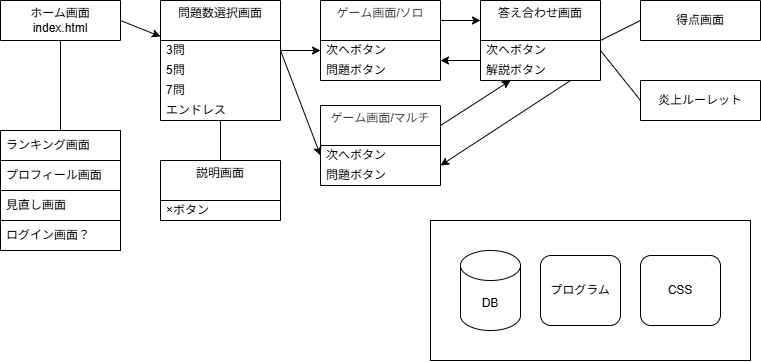
The draw.io diagram FakeNewsGame/diagram.drawio.png in Mii226-bit/FakeNewsGame, before a commit. Source tidied: cells renumbered, new cells last; positions are measured from the earlier drawing's top-left corner, leaving out a move shared by most shapes. The source it was exported from:
```xml
<mxGraphModel>
  <root>
    <mxCell id="0" />
    <mxCell id="1" parent="0" />
    <mxCell id="2" style="edgeStyle=none;html=1;exitX=1;exitY=0.5;exitDx=0;exitDy=0;fontFamily=Helvetica;fontSize=12;fontColor=default;" parent="1" edge="1" source="3" target="4">
      <mxGeometry relative="1" as="geometry" />
    </mxCell>
    <mxCell id="3" value="ホーム画面&lt;div&gt;index.html&lt;/div&gt;" style="swimlane;fontStyle=0;horizontal=1;startSize=40;whiteSpace=wrap;html=1;" parent="1" vertex="1" collapsed="1">
      <mxGeometry width="120" height="40" as="geometry" />
    </mxCell>
    <mxCell id="4" value="問題数選択画面&lt;div style=&quot;color: rgb(63, 63, 63); scrollbar-color: rgb(226, 226, 226) rgb(251, 251, 251);&quot;&gt;&lt;br style=&quot;color: rgb(63, 63, 63); scrollbar-color: rgb(226, 226, 226) rgb(251, 251, 251);&quot;&gt;&lt;/div&gt;" style="swimlane;fontStyle=0;horizontal=1;startSize=40;whiteSpace=wrap;html=1;" parent="1" vertex="1">
      <mxGeometry x="160" width="120" height="120" as="geometry" />
    </mxCell>
    <mxCell id="5" value="3問" style="text;strokeColor=none;fillColor=none;align=left;verticalAlign=middle;spacingLeft=4;spacingRight=4;overflow=hidden;points=[[0,0.5],[1,0.5]];portConstraint=eastwest;whiteSpace=wrap;html=1;" parent="4" vertex="1">
      <mxGeometry y="40" width="120" height="20" as="geometry" />
    </mxCell>
    <mxCell id="6" value="5問" style="text;strokeColor=none;fillColor=none;align=left;verticalAlign=middle;spacingLeft=4;spacingRight=4;overflow=hidden;whiteSpace=wrap;html=1;" parent="4" vertex="1">
      <mxGeometry y="60" width="120" height="20" as="geometry" />
    </mxCell>
    <mxCell id="7" value="7問" style="text;strokeColor=none;fillColor=none;align=left;verticalAlign=middle;spacingLeft=4;spacingRight=4;overflow=hidden;whiteSpace=wrap;html=1;" parent="4" vertex="1">
      <mxGeometry y="80" width="120" height="20" as="geometry" />
    </mxCell>
    <mxCell id="8" value="エンドレス" style="text;strokeColor=none;fillColor=none;align=left;verticalAlign=middle;spacingLeft=4;spacingRight=4;overflow=hidden;whiteSpace=wrap;html=1;" parent="4" vertex="1">
      <mxGeometry y="100" width="120" height="20" as="geometry" />
    </mxCell>
    <mxCell id="9" value="説明画面&lt;div style=&quot;color: rgb(63, 63, 63); scrollbar-color: rgb(226, 226, 226) rgb(251, 251, 251);&quot;&gt;&lt;br style=&quot;color: rgb(63, 63, 63); scrollbar-color: rgb(226, 226, 226) rgb(251, 251, 251);&quot;&gt;&lt;/div&gt;" style="swimlane;fontStyle=0;horizontal=1;startSize=40;whiteSpace=wrap;html=1;" parent="1" vertex="1">
      <mxGeometry x="160" y="160" width="120" height="60" as="geometry" />
    </mxCell>
    <mxCell id="10" value="×ボタン" style="text;strokeColor=none;fillColor=none;align=left;verticalAlign=middle;spacingLeft=4;spacingRight=4;overflow=hidden;whiteSpace=wrap;html=1;" parent="9" vertex="1">
      <mxGeometry y="40" width="120" height="20" as="geometry" />
    </mxCell>
    <mxCell id="11" style="edgeStyle=none;html=1;exitX=0.75;exitY=1;exitDx=0;exitDy=0;entryX=1;entryY=0.75;entryDx=0;entryDy=0;fontFamily=Helvetica;fontSize=12;fontColor=default;" parent="1" edge="1" source="12" target="35">
      <mxGeometry relative="1" as="geometry" />
    </mxCell>
    <mxCell id="12" value="&lt;span style=&quot;color: rgb(0, 0, 0);&quot;&gt;答え合わせ画面&lt;/span&gt;&lt;div&gt;&lt;span style=&quot;color: rgb(0, 0, 0);&quot;&gt;&lt;br&gt;&lt;/span&gt;&lt;/div&gt;" style="swimlane;fontStyle=0;horizontal=1;startSize=40;whiteSpace=wrap;html=1;" parent="1" vertex="1">
      <mxGeometry x="480" width="120" height="80" as="geometry" />
    </mxCell>
    <mxCell id="13" value="次へボタン" style="text;strokeColor=none;fillColor=none;align=left;verticalAlign=middle;spacingLeft=4;spacingRight=4;overflow=hidden;points=[[0,0.5],[1,0.5]];portConstraint=eastwest;whiteSpace=wrap;html=1;" parent="12" vertex="1">
      <mxGeometry y="40" width="120" height="20" as="geometry" />
    </mxCell>
    <mxCell id="14" value="解説ボタン" style="text;strokeColor=none;fillColor=none;align=left;verticalAlign=middle;spacingLeft=4;spacingRight=4;overflow=hidden;whiteSpace=wrap;html=1;" parent="12" vertex="1">
      <mxGeometry y="60" width="120" height="20" as="geometry" />
    </mxCell>
    <mxCell id="15" value="&lt;div style=&quot;color: rgb(63, 63, 63); scrollbar-color: rgb(226, 226, 226) rgb(251, 251, 251);&quot;&gt;ゲーム画面/ソロ&lt;div style=&quot;color: rgb(63, 63, 63); scrollbar-color: rgb(226, 226, 226) rgb(251, 251, 251);&quot;&gt;&lt;br style=&quot;color: rgb(63, 63, 63); scrollbar-color: rgb(226, 226, 226) rgb(251, 251, 251);&quot;&gt;&lt;/div&gt;&lt;/div&gt;" style="swimlane;fontStyle=0;horizontal=1;startSize=40;whiteSpace=wrap;html=1;" parent="1" vertex="1">
      <mxGeometry x="320" width="120" height="80" as="geometry" />
    </mxCell>
    <mxCell id="16" value="次へボタン" style="text;strokeColor=none;fillColor=none;align=left;verticalAlign=middle;spacingLeft=4;spacingRight=4;overflow=hidden;points=[[0,0.5],[1,0.5]];portConstraint=eastwest;whiteSpace=wrap;html=1;" parent="15" vertex="1">
      <mxGeometry y="40" width="120" height="20" as="geometry" />
    </mxCell>
    <mxCell id="17" value="問題ボタン" style="text;strokeColor=none;fillColor=none;align=left;verticalAlign=middle;spacingLeft=4;spacingRight=4;overflow=hidden;whiteSpace=wrap;html=1;" parent="15" vertex="1">
      <mxGeometry y="60" width="120" height="20" as="geometry" />
    </mxCell>
    <mxCell id="18" style="edgeStyle=none;html=1;exitX=1;exitY=0.5;exitDx=0;exitDy=0;fontFamily=Helvetica;fontSize=12;fontColor=default;entryX=0;entryY=0.5;entryDx=0;entryDy=0;" parent="1" edge="1" source="5" target="16">
      <mxGeometry relative="1" as="geometry" />
    </mxCell>
    <mxCell id="19" style="edgeStyle=none;html=1;exitX=1;exitY=0.25;exitDx=0;exitDy=0;entryX=0;entryY=0.25;entryDx=0;entryDy=0;fontFamily=Helvetica;fontSize=12;fontColor=default;" parent="1" edge="1" source="15" target="12">
      <mxGeometry relative="1" as="geometry" />
    </mxCell>
    <mxCell id="20" style="edgeStyle=none;html=1;fontFamily=Helvetica;fontSize=12;fontColor=default;entryX=1;entryY=0.75;entryDx=0;entryDy=0;exitX=0;exitY=0.75;exitDx=0;exitDy=0;" parent="1" edge="1" source="12" target="15">
      <mxGeometry relative="1" as="geometry" />
    </mxCell>
    <mxCell id="21" style="endArrow=none;html=1;fontFamily=Helvetica;fontSize=12;fontColor=default;entryX=0.5;entryY=1;entryDx=0;entryDy=0;exitX=0.5;exitY=0;exitDx=0;exitDy=0;" parent="1" edge="1" source="9" target="4">
      <mxGeometry relative="1" as="geometry" />
    </mxCell>
    <mxCell id="22" value="&lt;span style=&quot;color: rgb(0, 0, 0);&quot;&gt;炎上ルーレット&lt;/span&gt;" style="swimlane;fontStyle=0;horizontal=1;startSize=40;whiteSpace=wrap;html=1;direction=east;" parent="1" vertex="1">
      <mxGeometry x="640" y="80" width="120" height="40" as="geometry" />
    </mxCell>
    <mxCell id="23" value="得点画面" style="swimlane;fontStyle=0;horizontal=1;startSize=40;whiteSpace=wrap;html=1;" parent="1" vertex="1" collapsed="1">
      <mxGeometry x="640" width="120" height="40" as="geometry" />
    </mxCell>
    <mxCell id="24" style="endArrow=none;html=1;fontFamily=Helvetica;fontSize=12;fontColor=default;entryX=0;entryY=0.5;entryDx=0;entryDy=0;exitX=1;exitY=0.5;exitDx=0;exitDy=0;" parent="1" edge="1" source="12" target="23">
      <mxGeometry relative="1" as="geometry" />
    </mxCell>
    <mxCell id="25" style="endArrow=none;html=1;fontFamily=Helvetica;fontSize=12;fontColor=default;entryX=0;entryY=0.5;entryDx=0;entryDy=0;exitX=1;exitY=0.5;exitDx=0;exitDy=0;" parent="1" edge="1" source="13" target="22">
      <mxGeometry relative="1" as="geometry" />
    </mxCell>
    <mxCell id="26" value="プログラム" style="rounded=1;whiteSpace=wrap;html=1;align=center;verticalAlign=middle;spacingLeft=4;spacingRight=4;fontFamily=Helvetica;fontSize=12;fontColor=default;fillColor=none;gradientColor=none;" parent="1" vertex="1">
      <mxGeometry x="540" y="255" width="80" height="70" as="geometry" />
    </mxCell>
    <mxCell id="27" value="DB" style="shape=cylinder3;whiteSpace=wrap;html=1;boundedLbl=1;backgroundOutline=1;size=15;align=center;verticalAlign=middle;spacingLeft=4;spacingRight=4;fontFamily=Helvetica;fontSize=12;fontColor=default;fillColor=none;gradientColor=none;" parent="1" vertex="1">
      <mxGeometry x="460" y="250" width="60" height="80" as="geometry" />
    </mxCell>
    <mxCell id="28" value="CSS" style="rounded=1;whiteSpace=wrap;html=1;align=center;verticalAlign=middle;spacingLeft=4;spacingRight=4;fontFamily=Helvetica;fontSize=12;fontColor=default;fillColor=none;gradientColor=none;" parent="1" vertex="1">
      <mxGeometry x="640" y="255" width="80" height="70" as="geometry" />
    </mxCell>
    <mxCell id="29" style="rounded=0;whiteSpace=wrap;html=1;align=left;verticalAlign=middle;spacingLeft=4;spacingRight=4;fontFamily=Helvetica;fontSize=12;fontColor=default;fillColor=none;gradientColor=none;" parent="1" vertex="1">
      <mxGeometry x="430" y="220" width="320" height="140" as="geometry" />
    </mxCell>
    <mxCell id="30" value="ランキング画面" style="rounded=0;whiteSpace=wrap;html=1;align=left;verticalAlign=middle;spacingLeft=4;spacingRight=4;fontFamily=Helvetica;fontSize=12;fontColor=default;fillColor=none;gradientColor=none;" parent="1" vertex="1">
      <mxGeometry y="130" width="120" height="30" as="geometry" />
    </mxCell>
    <mxCell id="31" value="プロフィール画面" style="rounded=0;whiteSpace=wrap;html=1;align=left;verticalAlign=middle;spacingLeft=4;spacingRight=4;fontFamily=Helvetica;fontSize=12;fontColor=default;fillColor=none;gradientColor=none;" parent="1" vertex="1">
      <mxGeometry y="160" width="120" height="30" as="geometry" />
    </mxCell>
    <mxCell id="32" value="見直し画面" style="rounded=0;whiteSpace=wrap;html=1;align=left;verticalAlign=middle;spacingLeft=4;spacingRight=4;fontFamily=Helvetica;fontSize=12;fontColor=default;fillColor=none;gradientColor=none;" parent="1" vertex="1">
      <mxGeometry y="190" width="120" height="30" as="geometry" />
    </mxCell>
    <mxCell id="33" value="ログイン画面？" style="rounded=0;whiteSpace=wrap;html=1;align=left;verticalAlign=middle;spacingLeft=4;spacingRight=4;fontFamily=Helvetica;fontSize=12;fontColor=default;fillColor=none;gradientColor=none;" parent="1" vertex="1">
      <mxGeometry y="220" width="120" height="30" as="geometry" />
    </mxCell>
    <mxCell id="34" style="edgeStyle=none;html=1;exitX=1;exitY=0.25;exitDx=0;exitDy=0;entryX=0.25;entryY=1;entryDx=0;entryDy=0;fontFamily=Helvetica;fontSize=12;fontColor=default;" parent="1" edge="1" source="35" target="12">
      <mxGeometry relative="1" as="geometry" />
    </mxCell>
    <mxCell id="35" value="&lt;div style=&quot;color: rgb(63, 63, 63); scrollbar-color: rgb(226, 226, 226) rgb(251, 251, 251);&quot;&gt;ゲーム画面/マルチ&lt;div style=&quot;color: rgb(63, 63, 63); scrollbar-color: rgb(226, 226, 226) rgb(251, 251, 251);&quot;&gt;&lt;br style=&quot;color: rgb(63, 63, 63); scrollbar-color: rgb(226, 226, 226) rgb(251, 251, 251);&quot;&gt;&lt;/div&gt;&lt;/div&gt;" style="swimlane;fontStyle=0;horizontal=1;startSize=40;whiteSpace=wrap;html=1;" parent="1" vertex="1">
      <mxGeometry x="320" y="105" width="120" height="80" as="geometry" />
    </mxCell>
    <mxCell id="36" value="次へボタン" style="text;strokeColor=none;fillColor=none;align=left;verticalAlign=middle;spacingLeft=4;spacingRight=4;overflow=hidden;points=[[0,0.5],[1,0.5]];portConstraint=eastwest;whiteSpace=wrap;html=1;" parent="35" vertex="1">
      <mxGeometry y="40" width="120" height="20" as="geometry" />
    </mxCell>
    <mxCell id="37" value="問題ボタン" style="text;strokeColor=none;fillColor=none;align=left;verticalAlign=middle;spacingLeft=4;spacingRight=4;overflow=hidden;whiteSpace=wrap;html=1;" parent="35" vertex="1">
      <mxGeometry y="60" width="120" height="20" as="geometry" />
    </mxCell>
    <mxCell id="38" style="edgeStyle=none;html=1;exitX=1;exitY=0.5;exitDx=0;exitDy=0;entryX=0;entryY=0.5;entryDx=0;entryDy=0;fontFamily=Helvetica;fontSize=12;fontColor=default;" parent="1" edge="1" source="5" target="36">
      <mxGeometry relative="1" as="geometry" />
    </mxCell>
    <mxCell id="39" style="endArrow=none;html=1;fontFamily=Helvetica;fontSize=12;fontColor=default;entryX=0.5;entryY=1;entryDx=0;entryDy=0;exitX=0.5;exitY=0;exitDx=0;exitDy=0;" parent="1" edge="1" source="30" target="3">
      <mxGeometry relative="1" as="geometry" />
    </mxCell>
  </root>
</mxGraphModel>
```
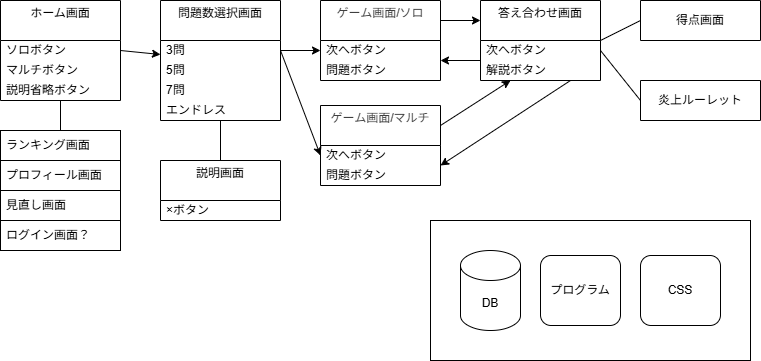
Above is the later version.

Change to the diagram source:
```diff
@@ -5,9 +5,18 @@
     <mxCell id="2" style="edgeStyle=none;html=1;exitX=1;exitY=0.5;exitDx=0;exitDy=0;fontFamily=Helvetica;fontSize=12;fontColor=default;" parent="1" edge="1" source="3" target="4">
       <mxGeometry relative="1" as="geometry" />
     </mxCell>
-    <mxCell id="3" value="ホーム画面&lt;div&gt;index.html&lt;/div&gt;" style="swimlane;fontStyle=0;horizontal=1;startSize=40;whiteSpace=wrap;html=1;" parent="1" vertex="1" collapsed="1">
-      <mxGeometry width="120" height="40" as="geometry" />
+    <mxCell id="3" value="ホーム画面&lt;div&gt;&lt;br&gt;&lt;/div&gt;" style="swimlane;fontStyle=0;horizontal=1;startSize=40;whiteSpace=wrap;html=1;" parent="1" vertex="1">
+      <mxGeometry width="120" height="100" as="geometry" />
     </mxCell>
+    <mxCell id="40" value="&lt;div&gt;&lt;span style=&quot;color: rgb(0, 0, 0);&quot;&gt;ソロボタン&lt;/span&gt;&lt;/div&gt;" style="text;strokeColor=none;fillColor=none;align=left;verticalAlign=middle;spacingLeft=4;spacingRight=4;overflow=hidden;whiteSpace=wrap;html=1;" parent="3" vertex="1">
+      <mxGeometry y="40" width="120" height="20" as="geometry" />
+    </mxCell>
+    <mxCell id="41" value="マルチボタン" style="text;strokeColor=none;fillColor=none;align=left;verticalAlign=middle;spacingLeft=4;spacingRight=4;overflow=hidden;whiteSpace=wrap;html=1;" parent="3" vertex="1">
+      <mxGeometry y="60" width="120" height="20" as="geometry" />
+    </mxCell>
+    <mxCell id="42" value="説明省略ボタン" style="text;strokeColor=none;fillColor=none;align=left;verticalAlign=middle;spacingLeft=4;spacingRight=4;overflow=hidden;whiteSpace=wrap;html=1;" parent="3" vertex="1">
+      <mxGeometry y="80" width="120" height="20" as="geometry" />
+    </mxCell>
     <mxCell id="4" value="問題数選択画面&lt;div style=&quot;color: rgb(63, 63, 63); scrollbar-color: rgb(226, 226, 226) rgb(251, 251, 251);&quot;&gt;&lt;br style=&quot;color: rgb(63, 63, 63); scrollbar-color: rgb(226, 226, 226) rgb(251, 251, 251);&quot;&gt;&lt;/div&gt;" style="swimlane;fontStyle=0;horizontal=1;startSize=40;whiteSpace=wrap;html=1;" parent="1" vertex="1">
       <mxGeometry x="160" width="120" height="120" as="geometry" />
     </mxCell>
```
